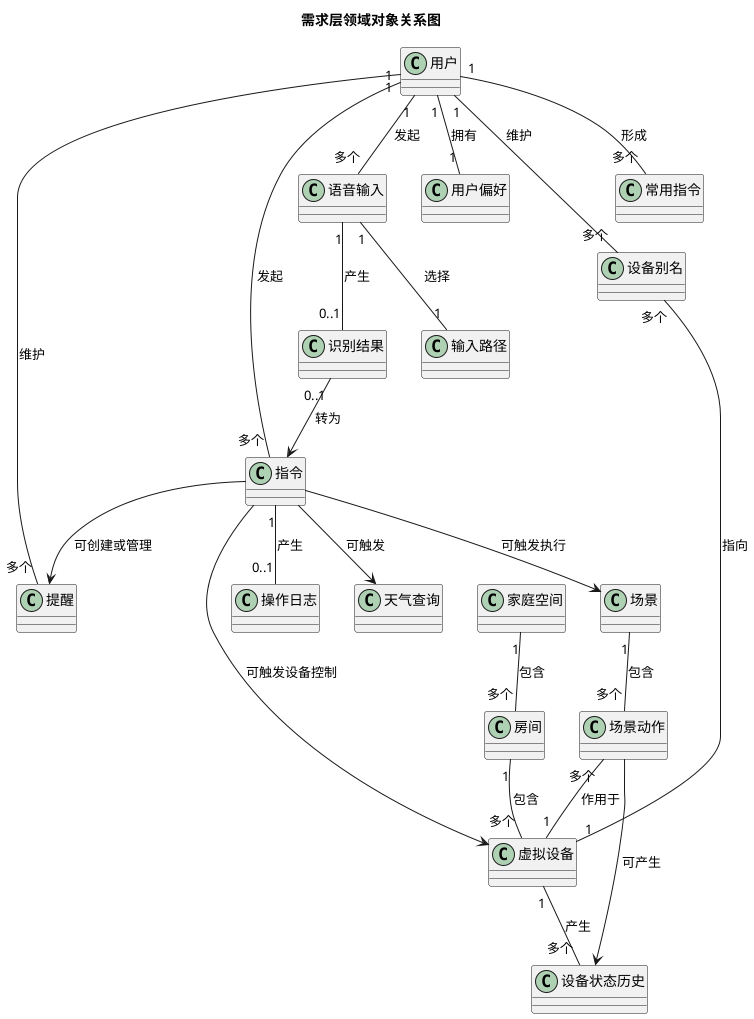
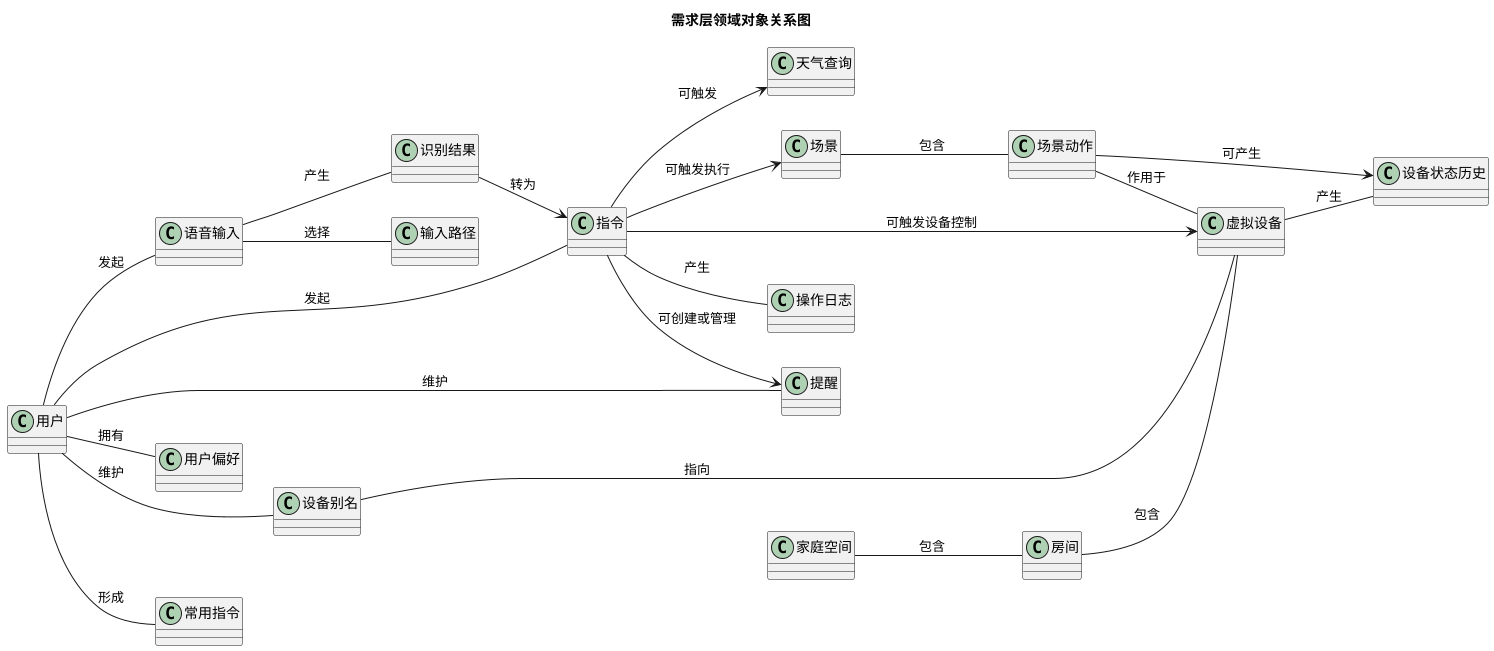
@startuml
title 需求层领域对象关系图
+ left to right direction
skinparam classAttributeIconSize 0

class "用户" as User
class "家庭空间" as Home
class "房间" as Room
class "虚拟设备" as Device
class "设备状态历史" as DeviceHistory
class "语音输入" as VoiceInput
class "输入路径" as InputPath
class "识别结果" as RecognitionResult
class "指令" as Command
class "操作日志" as CommandLog
class "提醒" as Reminder
class "天气查询" as WeatherQuery
class "场景" as Scene
class "场景动作" as SceneAction
class "用户偏好" as UserPreference
class "设备别名" as DeviceAlias
class "常用指令" as FrequentCommand

- User "1" -- "1" UserPreference : 拥有
- User "1" -- "多个" DeviceAlias : 维护
- User "1" -- "多个" FrequentCommand : 形成
- User "1" -- "多个" VoiceInput : 发起
- User "1" -- "多个" Command : 发起
- User "1" -- "多个" Reminder : 维护
+ User -- UserPreference : 拥有
+ User -- DeviceAlias : 维护
+ User -- FrequentCommand : 形成
+ User -- VoiceInput : 发起
+ User -- Command : 发起
+ User -- Reminder : 维护

- Home "1" -- "多个" Room : 包含
- Room "1" -- "多个" Device : 包含
- Device "1" -- "多个" DeviceHistory : 产生
- DeviceAlias "多个" -- "1" Device : 指向
+ Home -- Room : 包含
+ Room -- Device : 包含
+ Device -- DeviceHistory : 产生
+ DeviceAlias -- Device : 指向

- VoiceInput "1" -- "1" InputPath : 选择
- VoiceInput "1" -- "0..1" RecognitionResult : 产生
- RecognitionResult "0..1" --> Command : 转为
+ VoiceInput -- InputPath : 选择
+ VoiceInput -- RecognitionResult : 产生
+ RecognitionResult --> Command : 转为

- Command "1" -- "0..1" CommandLog : 产生
+ Command -- CommandLog : 产生
Command --> Device : 可触发设备控制
Command --> Reminder : 可创建或管理
Command --> WeatherQuery : 可触发
Command --> Scene : 可触发执行

- Scene "1" -- "多个" SceneAction : 包含
- SceneAction "多个" -- "1" Device : 作用于
+ Scene -- SceneAction : 包含
+ SceneAction -- Device : 作用于
SceneAction --> DeviceHistory : 可产生

- @enduml+ @enduml
